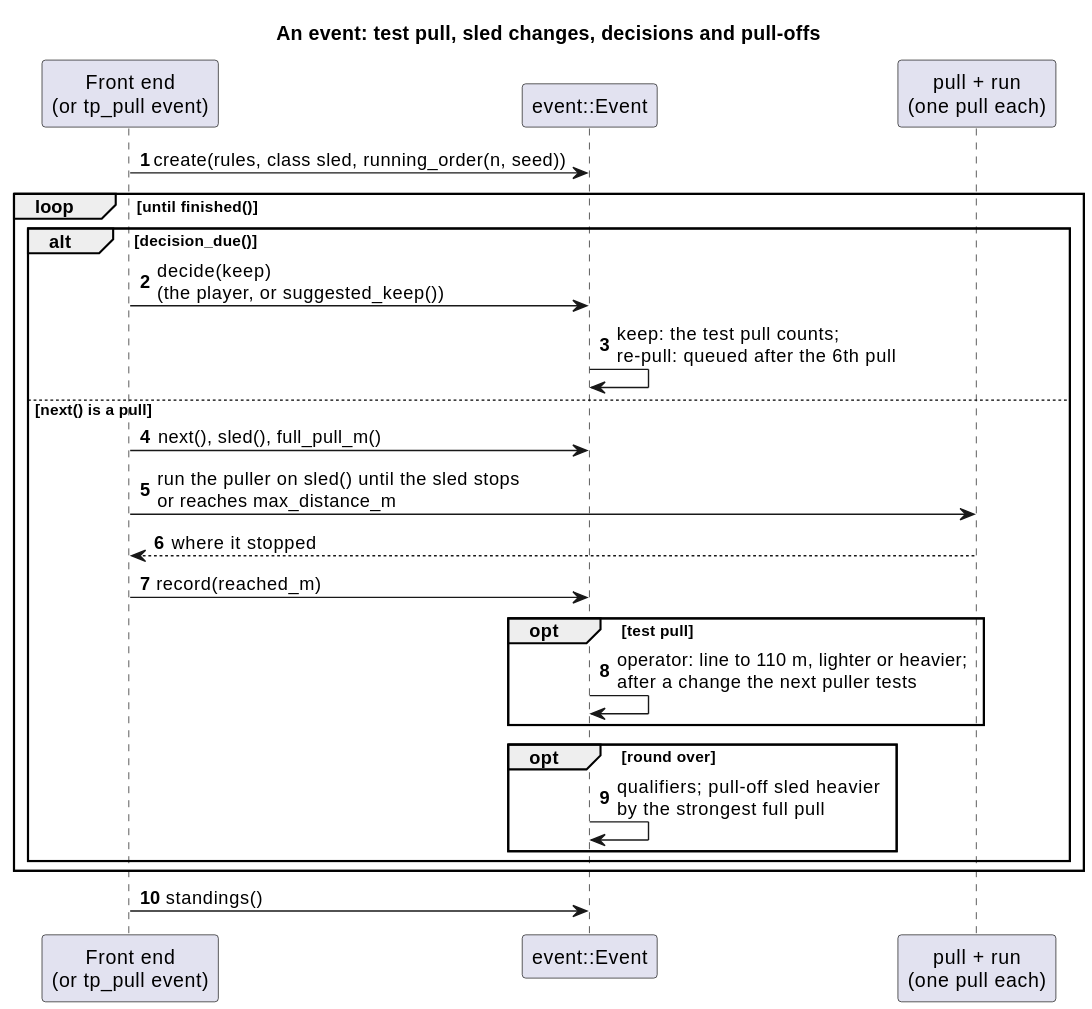
Earlier version of the PlantUML export docs/diagrams/svg/event_sequence.svg (wversteeg/TractorPulling). Its diagram source:
```plantuml
@startuml
title An event: test pull, sled changes, decisions and pull-offs
autonumber
participant "Front end\n(or tp_pull event)" as Caller
participant "event::Event" as Event
participant "pull + run\n(one pull each)" as Run

Caller -> Event : create(rules, class sled, running_order(n, seed))
loop until finished()
  alt decision_due()
    Caller -> Event : decide(keep)\n(the player, or suggested_keep())
    Event -> Event : keep: the test pull counts;\nre-pull: queued after the 6th pull
  else next() is a pull
    Caller -> Event : next(), sled(), full_pull_m()
    Caller -> Run : run the puller on sled() until the sled stops\nor reaches max_distance_m
    Run --> Caller : where it stopped
    Caller -> Event : record(reached_m)
    opt test pull
      Event -> Event : operator: line to 110 m, lighter or heavier;\nafter a change the next puller tests
    end
    opt round over
      Event -> Event : qualifiers; pull-off sled heavier\nby the strongest full pull
    end
  end
end
Caller -> Event : standings()
@enduml
```
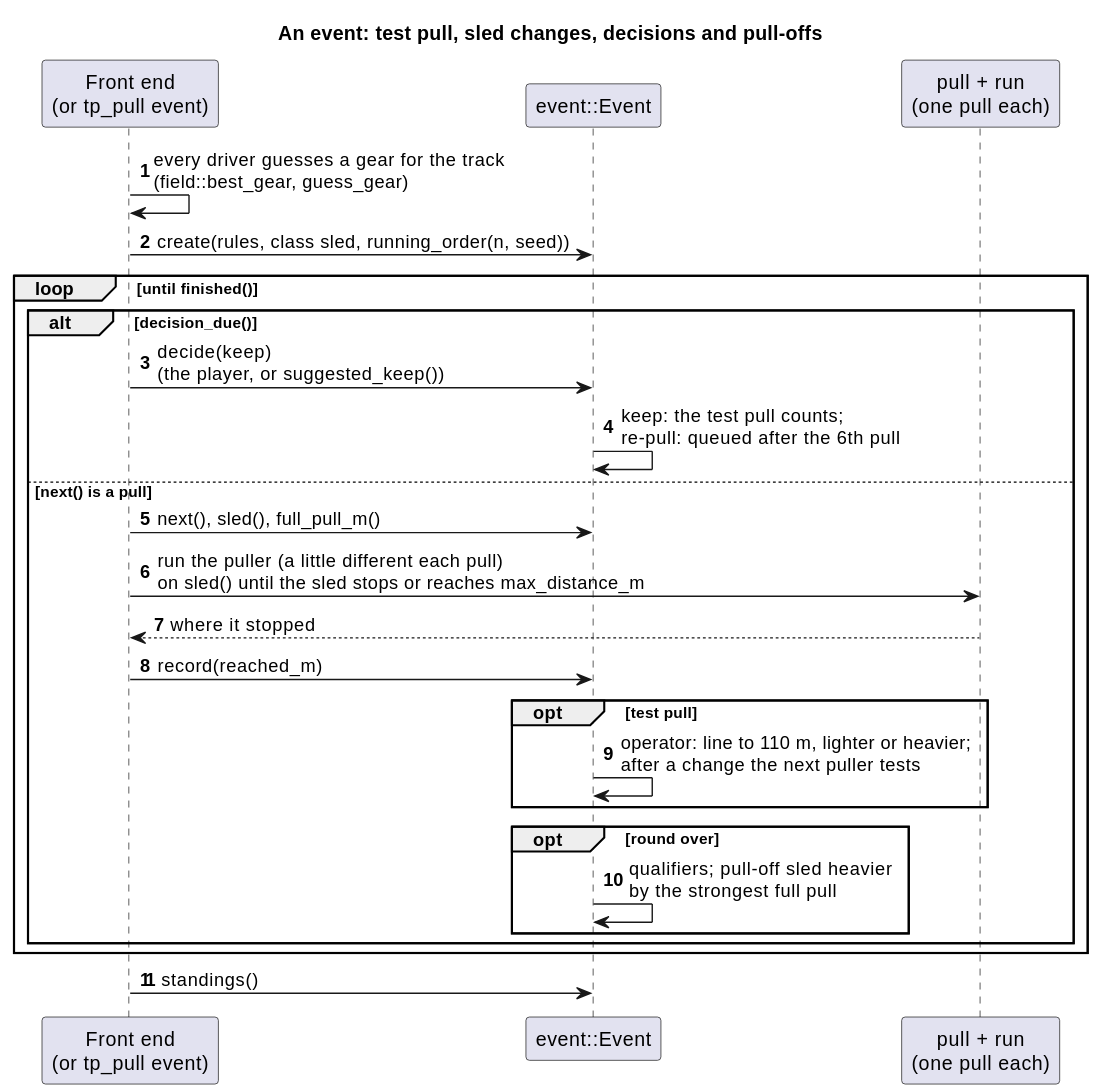
After the commit.

What changed in the source:
```diff
@@ -5,6 +5,7 @@
 participant "event::Event" as Event
 participant "pull + run\n(one pull each)" as Run
 
+Caller -> Caller : every driver guesses a gear for the track\n(field::best_gear, guess_gear)
 Caller -> Event : create(rules, class sled, running_order(n, seed))
 loop until finished()
   alt decision_due()
@@ -12,7 +13,7 @@
     Event -> Event : keep: the test pull counts;\nre-pull: queued after the 6th pull
   else next() is a pull
     Caller -> Event : next(), sled(), full_pull_m()
-    Caller -> Run : run the puller on sled() until the sled stops\nor reaches max_distance_m
+    Caller -> Run : run the puller (a little different each pull)\non sled() until the sled stops or reaches max_distance_m
     Run --> Caller : where it stopped
     Caller -> Event : record(reached_m)
     opt test pull
```
